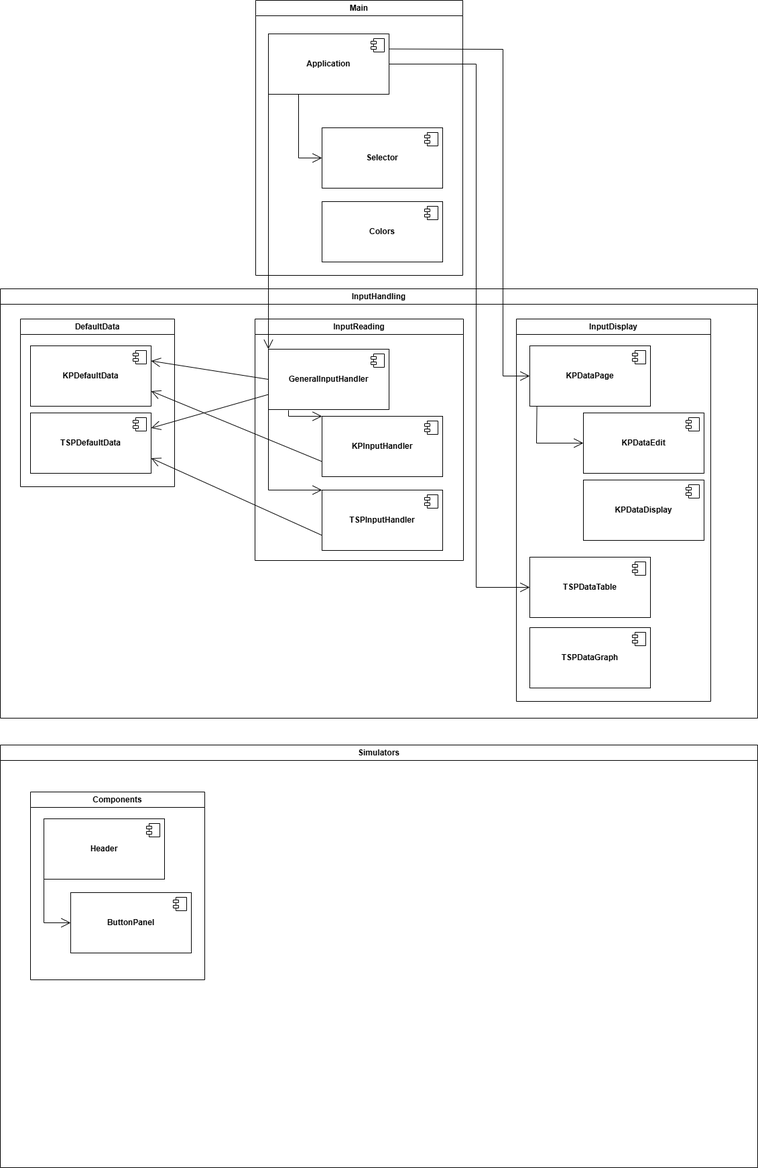
marek311/heuristics keeps this draw.io diagram as BP.png. Above is the earlier version. Source tidied: cells renumbered, new cells last; positions are measured from the earlier drawing's top-left corner, leaving out a move shared by most shapes.
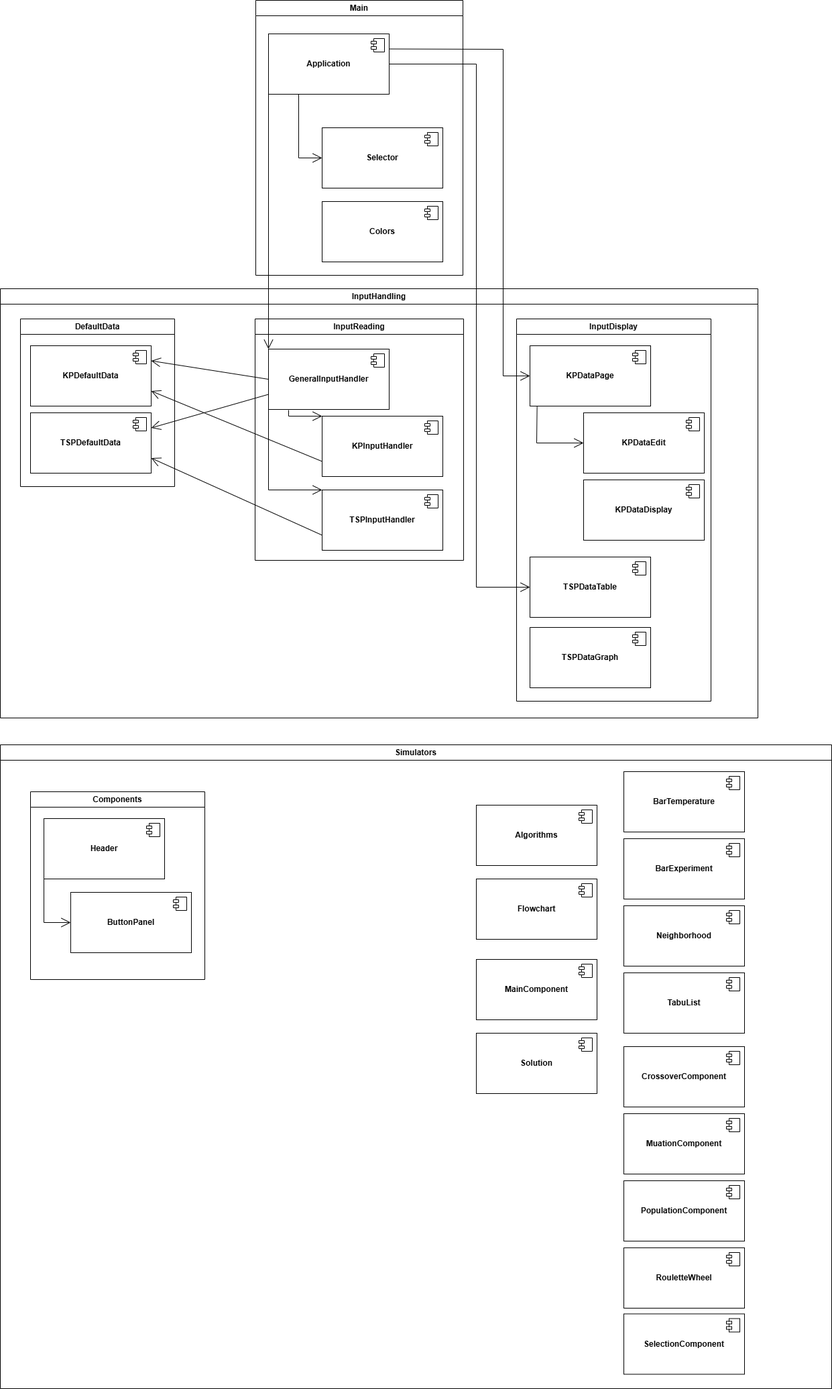
The same file after the commit.

What changed in the source:
```diff
@@ -183,7 +183,7 @@
       </mxGeometry>
     </mxCell>
     <mxCell id="44" value="Simulators" style="swimlane;whiteSpace=wrap;html=1;" parent="1" vertex="1">
-      <mxGeometry y="1110" width="1130" height="630" as="geometry" />
+      <mxGeometry y="1110" width="1240" height="960" as="geometry" />
     </mxCell>
     <mxCell id="45" value="Components" style="swimlane;whiteSpace=wrap;html=1;" parent="44" vertex="1">
       <mxGeometry x="45" y="70" width="260" height="280" as="geometry" />
@@ -211,5 +211,109 @@
         </Array>
       </mxGeometry>
     </mxCell>
+    <mxCell id="51" value="&lt;b&gt;Algorithms&lt;/b&gt;" style="html=1;whiteSpace=wrap;" parent="44" vertex="1">
+      <mxGeometry x="710" y="90" width="180" height="90" as="geometry" />
+    </mxCell>
+    <mxCell id="52" style="shape=module;jettyWidth=8;jettyHeight=4;" parent="51" vertex="1">
+      <mxGeometry x="1" width="20" height="20" relative="1" as="geometry">
+        <mxPoint x="-27" y="7" as="offset" />
+      </mxGeometry>
+    </mxCell>
+    <mxCell id="53" value="&lt;b&gt;Flowchart&lt;/b&gt;" style="html=1;whiteSpace=wrap;" parent="44" vertex="1">
+      <mxGeometry x="710" y="200" width="180" height="90" as="geometry" />
+    </mxCell>
+    <mxCell id="54" style="shape=module;jettyWidth=8;jettyHeight=4;" parent="53" vertex="1">
+      <mxGeometry x="1" width="20" height="20" relative="1" as="geometry">
+        <mxPoint x="-27" y="7" as="offset" />
+      </mxGeometry>
+    </mxCell>
+    <mxCell id="55" value="&lt;b&gt;MainComponent&lt;/b&gt;" style="html=1;whiteSpace=wrap;" parent="44" vertex="1">
+      <mxGeometry x="710" y="320" width="180" height="90" as="geometry" />
+    </mxCell>
+    <mxCell id="56" style="shape=module;jettyWidth=8;jettyHeight=4;" parent="55" vertex="1">
+      <mxGeometry x="1" width="20" height="20" relative="1" as="geometry">
+        <mxPoint x="-27" y="7" as="offset" />
+      </mxGeometry>
+    </mxCell>
+    <mxCell id="57" value="&lt;b&gt;Solution&lt;/b&gt;" style="html=1;whiteSpace=wrap;" parent="44" vertex="1">
+      <mxGeometry x="710" y="430" width="180" height="90" as="geometry" />
+    </mxCell>
+    <mxCell id="58" style="shape=module;jettyWidth=8;jettyHeight=4;" parent="57" vertex="1">
+      <mxGeometry x="1" width="20" height="20" relative="1" as="geometry">
+        <mxPoint x="-27" y="7" as="offset" />
+      </mxGeometry>
+    </mxCell>
+    <mxCell id="59" value="&lt;b&gt;BarExperiment&lt;/b&gt;" style="html=1;whiteSpace=wrap;" parent="44" vertex="1">
+      <mxGeometry x="930" y="140" width="180" height="90" as="geometry" />
+    </mxCell>
+    <mxCell id="60" style="shape=module;jettyWidth=8;jettyHeight=4;" parent="59" vertex="1">
+      <mxGeometry x="1" width="20" height="20" relative="1" as="geometry">
+        <mxPoint x="-27" y="7" as="offset" />
+      </mxGeometry>
+    </mxCell>
+    <mxCell id="61" value="&lt;b&gt;BarTemperature&lt;/b&gt;" style="html=1;whiteSpace=wrap;" parent="44" vertex="1">
+      <mxGeometry x="930" y="40" width="180" height="90" as="geometry" />
+    </mxCell>
+    <mxCell id="62" style="shape=module;jettyWidth=8;jettyHeight=4;" parent="61" vertex="1">
+      <mxGeometry x="1" width="20" height="20" relative="1" as="geometry">
+        <mxPoint x="-27" y="7" as="offset" />
+      </mxGeometry>
+    </mxCell>
+    <mxCell id="63" value="&lt;b&gt;Neighborhood&lt;/b&gt;" style="html=1;whiteSpace=wrap;" parent="44" vertex="1">
+      <mxGeometry x="930" y="240" width="180" height="90" as="geometry" />
+    </mxCell>
+    <mxCell id="64" style="shape=module;jettyWidth=8;jettyHeight=4;" parent="63" vertex="1">
+      <mxGeometry x="1" width="20" height="20" relative="1" as="geometry">
+        <mxPoint x="-27" y="7" as="offset" />
+      </mxGeometry>
+    </mxCell>
+    <mxCell id="65" value="&lt;b&gt;TabuList&lt;/b&gt;" style="html=1;whiteSpace=wrap;" parent="44" vertex="1">
+      <mxGeometry x="930" y="340" width="180" height="90" as="geometry" />
+    </mxCell>
+    <mxCell id="66" style="shape=module;jettyWidth=8;jettyHeight=4;" parent="65" vertex="1">
+      <mxGeometry x="1" width="20" height="20" relative="1" as="geometry">
+        <mxPoint x="-27" y="7" as="offset" />
+      </mxGeometry>
+    </mxCell>
+    <mxCell id="67" value="&lt;b&gt;CrossoverComponent&lt;/b&gt;" style="html=1;whiteSpace=wrap;" parent="44" vertex="1">
+      <mxGeometry x="930" y="450" width="180" height="90" as="geometry" />
+    </mxCell>
+    <mxCell id="68" style="shape=module;jettyWidth=8;jettyHeight=4;" parent="67" vertex="1">
+      <mxGeometry x="1" width="20" height="20" relative="1" as="geometry">
+        <mxPoint x="-27" y="7" as="offset" />
+      </mxGeometry>
+    </mxCell>
+    <mxCell id="69" value="&lt;b&gt;MuationComponent&lt;/b&gt;" style="html=1;whiteSpace=wrap;" parent="44" vertex="1">
+      <mxGeometry x="930" y="550" width="180" height="90" as="geometry" />
+    </mxCell>
+    <mxCell id="70" style="shape=module;jettyWidth=8;jettyHeight=4;" parent="69" vertex="1">
+      <mxGeometry x="1" width="20" height="20" relative="1" as="geometry">
+        <mxPoint x="-27" y="7" as="offset" />
+      </mxGeometry>
+    </mxCell>
+    <mxCell id="71" value="&lt;b&gt;PopulationComponent&lt;/b&gt;" style="html=1;whiteSpace=wrap;" parent="44" vertex="1">
+      <mxGeometry x="930" y="650" width="180" height="90" as="geometry" />
+    </mxCell>
+    <mxCell id="72" style="shape=module;jettyWidth=8;jettyHeight=4;" parent="71" vertex="1">
+      <mxGeometry x="1" width="20" height="20" relative="1" as="geometry">
+        <mxPoint x="-27" y="7" as="offset" />
+      </mxGeometry>
+    </mxCell>
+    <mxCell id="73" value="&lt;b&gt;RouletteWheel&lt;/b&gt;" style="html=1;whiteSpace=wrap;" parent="44" vertex="1">
+      <mxGeometry x="930" y="750" width="180" height="90" as="geometry" />
+    </mxCell>
+    <mxCell id="74" style="shape=module;jettyWidth=8;jettyHeight=4;" parent="73" vertex="1">
+      <mxGeometry x="1" width="20" height="20" relative="1" as="geometry">
+        <mxPoint x="-27" y="7" as="offset" />
+      </mxGeometry>
+    </mxCell>
+    <mxCell id="75" value="&lt;b&gt;SelectionComponent&lt;/b&gt;" style="html=1;whiteSpace=wrap;" parent="44" vertex="1">
+      <mxGeometry x="930" y="848.5" width="180" height="90" as="geometry" />
+    </mxCell>
+    <mxCell id="76" style="shape=module;jettyWidth=8;jettyHeight=4;" parent="75" vertex="1">
+      <mxGeometry x="1" width="20" height="20" relative="1" as="geometry">
+        <mxPoint x="-27" y="7" as="offset" />
+      </mxGeometry>
+    </mxCell>
   </root>
 </mxGraphModel>
```
